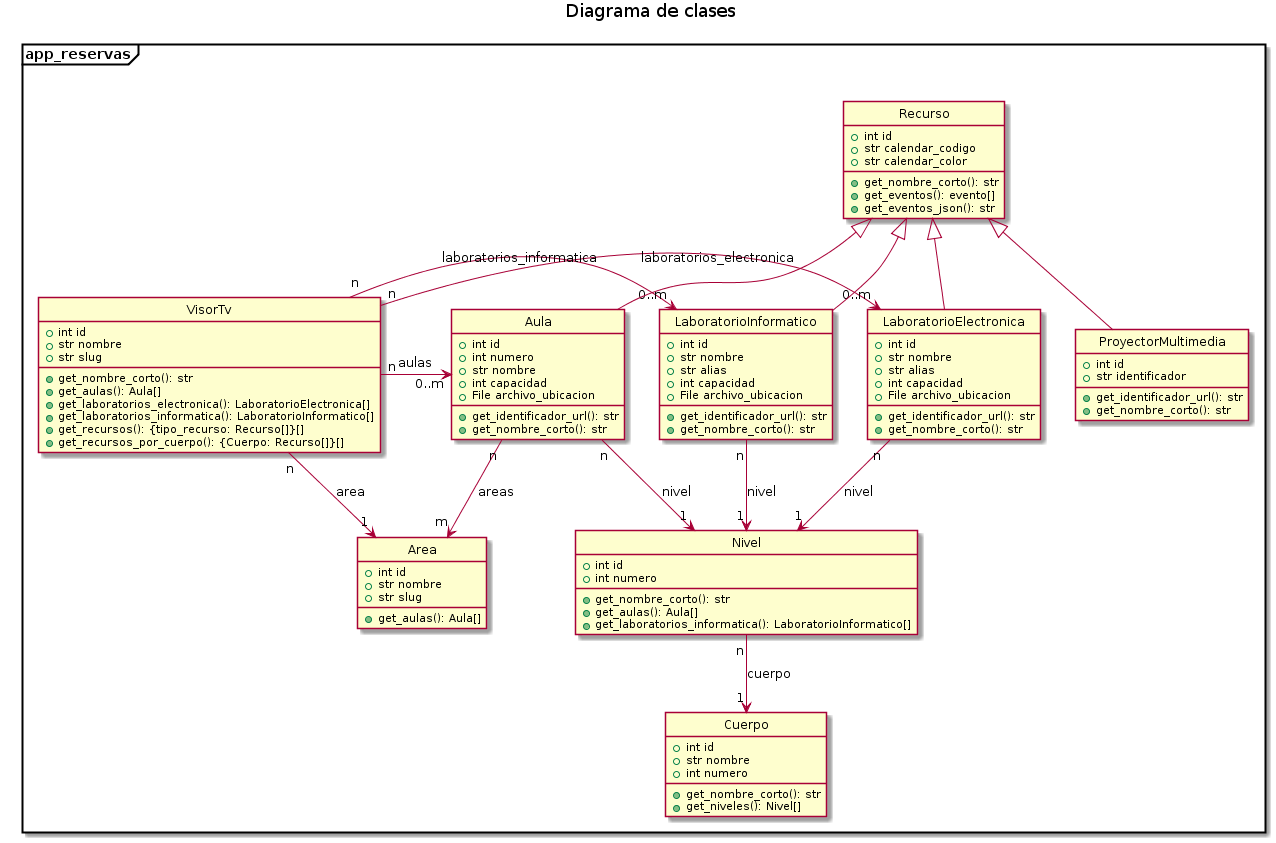
Earlier version of the PlantUML export docs/uml/diagrama_clases.png (utn-frm-si/reservas).
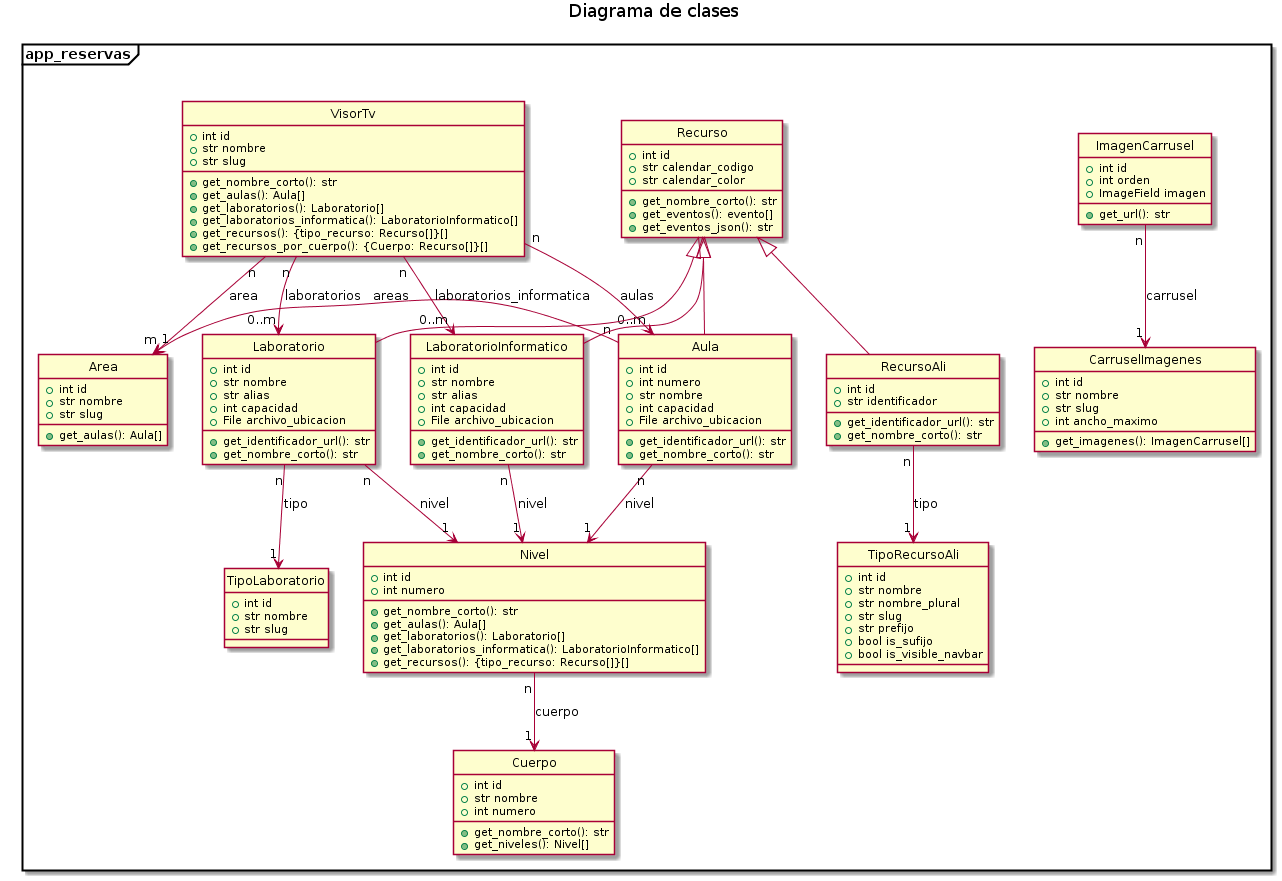
The same file after the commit.

Commit message:
Actualización del diagrama de clases (#207)

What changed in the source:
```diff
@@ -31,6 +31,14 @@
         + get_nombre_corto(): str
     }
 
+    class CarruselImagenes {
+        + int id
+        + str nombre
+        + str slug
+        + int ancho_maximo
+        + get_imagenes(): ImagenCarrusel[]
+    }
+
     class Cuerpo {
         + int id
         + str nombre
@@ -39,7 +47,14 @@
         + get_niveles(): Nivel[]
     }
 
-    class LaboratorioElectronica {
+    class ImagenCarrusel {
+        + int id
+        + int orden
+        + ImageField imagen
+        + get_url(): str
+    }
+
+    class Laboratorio {
         + int id
         + str nombre
         + str alias
@@ -64,14 +79,32 @@
         + int numero
         + get_nombre_corto(): str
         + get_aulas(): Aula[]
+        + get_laboratorios(): Laboratorio[]
         + get_laboratorios_informatica(): LaboratorioInformatico[]
+        + get_recursos(): {tipo_recurso: Recurso[]}[]
     }
 
-    class ProyectorMultimedia {
+    class RecursoAli {
         + int id
         + str identificador
         + get_identificador_url(): str
         + get_nombre_corto(): str
+    }
+
+    class TipoLaboratorio {
+        + int id
+        + str nombre
+        + str slug
+    }
+
+    class TipoRecursoAli {
+        + int id
+        + str nombre
+        + str nombre_plural
+        + str slug
+        + str prefijo
+        + bool is_sufijo
+        + bool is_visible_navbar
     }
 
     class VisorTv {
@@ -80,7 +113,7 @@
         + str slug
         + get_nombre_corto(): str
         + get_aulas(): Aula[]
-        + get_laboratorios_electronica(): LaboratorioElectronica[]
+        + get_laboratorios(): Laboratorio[]
         + get_laboratorios_informatica(): LaboratorioInformatico[]
         + get_recursos(): {tipo_recurso: Recurso[]}[]
         + get_recursos_por_cuerpo(): {Cuerpo: Recurso[]}[]
@@ -88,25 +121,31 @@
 
 
 
-    Aula "n" --> "m" Area: areas
+    Aula "n" -left-> "m" Area: areas
     Aula "n" --> "1" Nivel: nivel
 
-    LaboratorioElectronica "n" --> "1" Nivel: nivel
+    ImagenCarrusel "n" --> "1" CarruselImagenes: carrusel
+
+    Laboratorio "n" --> "1" Nivel: nivel
+    Laboratorio "n" --> "1" TipoLaboratorio: tipo
+
     LaboratorioInformatico "n" --> "1" Nivel: nivel
 
     Nivel "n" --> "1" Cuerpo: cuerpo
 
+    RecursoAli "n" --> "1" TipoRecursoAli: tipo
+
     VisorTv "n" --> "1" Area: area
-    VisorTv "n" -> "0..m" Aula: aulas
-    VisorTv "n" -> "0..m" LaboratorioElectronica: laboratorios_electronica
-    VisorTv "n" -> "0..m" LaboratorioInformatico: laboratorios_informatica
+    VisorTv "n" --> "0..m" Aula: aulas
+    VisorTv "n" --> "0..m" Laboratorio: laboratorios
+    VisorTv "n" --> "0..m" LaboratorioInformatico: laboratorios_informatica
 
 
 
     Recurso <|-- Aula
-    Recurso <|-- LaboratorioElectronica
+    Recurso <|-- Laboratorio
     Recurso <|-- LaboratorioInformatico
-    Recurso <|-- ProyectorMultimedia
+    Recurso <|-- RecursoAli
 }
 
 @enduml
```
